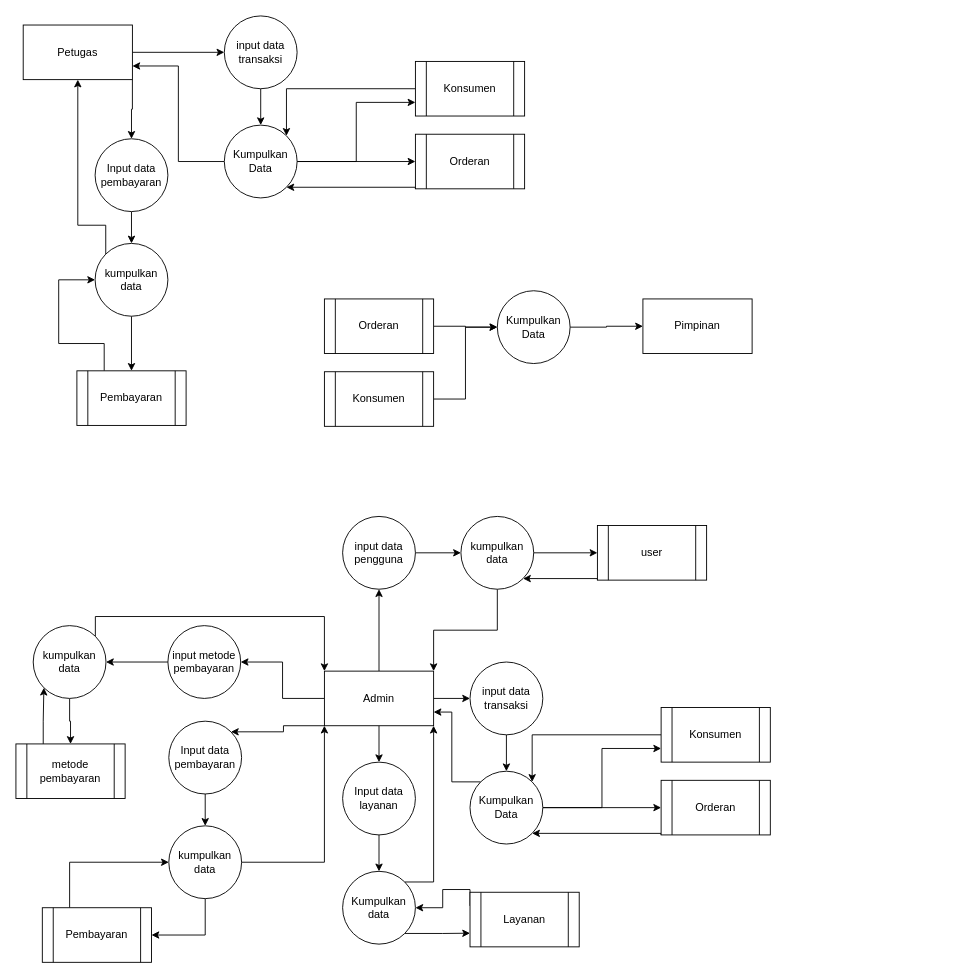
Earlier version of the draw.io diagram public/Erd,Dfd,Flowchart/Laundry DFD.drawio (Satyanr/laundry_app). Source tidied: cells renumbered, new cells numbered last; positions are measured from the earlier drawing's top-left corner, leaving out a move shared by most shapes. Both pictures are drawn from the tidied source at 91%, with x=0, y=0 at pixel (15, 15).
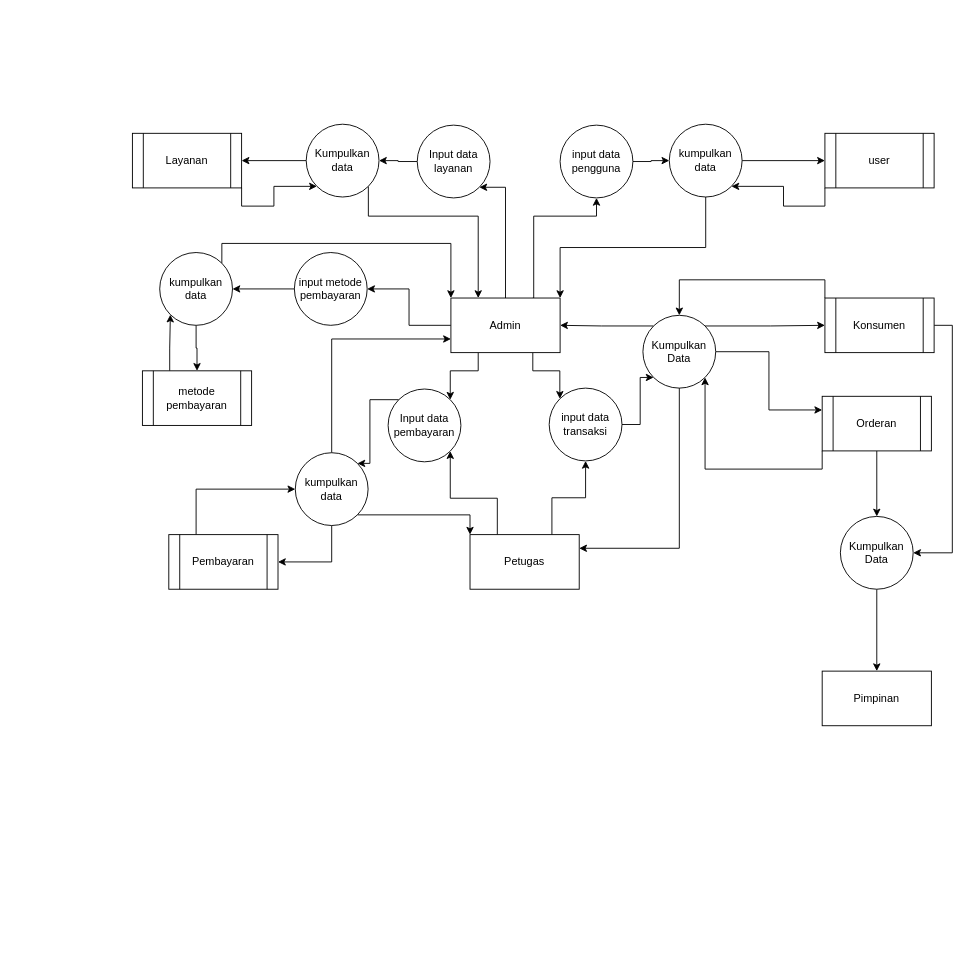
The same page after the edit.

Change to the diagram source:
```diff
@@
-    <mxCell id="2" style="edgeStyle=orthogonalEdgeStyle;rounded=0;jettySize=auto;html=1;exitX=1;exitY=0.5;exitDx=0;exitDy=0;entryX=0;entryY=0.5;entryDx=0;entryDy=0;" parent="1" edge="1" source="4" target="6">
-      <mxGeometry relative="1" as="geometry" />
-    </mxCell>
-    <mxCell id="3" style="edgeStyle=orthogonalEdgeStyle;rounded=0;jettySize=auto;html=1;exitX=1;exitY=1;exitDx=0;exitDy=0;entryX=0.5;entryY=0;entryDx=0;entryDy=0;" parent="1" edge="1" source="4" target="14">
-      <mxGeometry relative="1" as="geometry" />
-    </mxCell>
-    <mxCell id="4" value="Petugas" style="rounded=0;whiteSpace=wrap;html=1;" parent="1" vertex="1">
-      <mxGeometry x="8" y="10" width="120" height="60" as="geometry" />
-    </mxCell>
-    <mxCell id="5" style="edgeStyle=orthogonalEdgeStyle;rounded=0;jettySize=auto;html=1;exitX=0.5;exitY=1;exitDx=0;exitDy=0;entryX=0.5;entryY=0;entryDx=0;entryDy=0;" parent="1" edge="1" source="6" target="12">
-      <mxGeometry relative="1" as="geometry" />
-    </mxCell>
-    <mxCell id="6" value="input data transaksi" style="ellipse;whiteSpace=wrap;html=1;" parent="1" vertex="1">
-      <mxGeometry x="229" width="80" height="80" as="geometry" />
-    </mxCell>
-    <mxCell id="7" style="edgeStyle=orthogonalEdgeStyle;rounded=0;jettySize=auto;html=1;exitX=0;exitY=1;exitDx=0;exitDy=0;entryX=1;entryY=1;entryDx=0;entryDy=0;" parent="1" edge="1" source="8" target="12">
-      <mxGeometry relative="1" as="geometry">
-        <Array as="points">
-          <mxPoint x="439" y="188" />
-        </Array>
-      </mxGeometry>
-    </mxCell>
-    <mxCell id="8" value="Orderan" style="shape=process;whiteSpace=wrap;html=1;backgroundOutline=1;" parent="1" vertex="1">
-      <mxGeometry x="439" y="130" width="120" height="60" as="geometry" />
-    </mxCell>
-    <mxCell id="9" style="edgeStyle=orthogonalEdgeStyle;rounded=0;jettySize=auto;html=1;exitX=1;exitY=0.5;exitDx=0;exitDy=0;entryX=0;entryY=0.5;entryDx=0;entryDy=0;" parent="1" edge="1" source="12" target="8">
-      <mxGeometry relative="1" as="geometry" />
-    </mxCell>
-    <mxCell id="10" style="edgeStyle=orthogonalEdgeStyle;rounded=0;jettySize=auto;html=1;exitX=0;exitY=0.5;exitDx=0;exitDy=0;entryX=1;entryY=0.75;entryDx=0;entryDy=0;" parent="1" edge="1" source="12" target="4">
-      <mxGeometry relative="1" as="geometry" />
-    </mxCell>
-    <mxCell id="11" style="edgeStyle=orthogonalEdgeStyle;rounded=0;jettySize=auto;html=1;exitX=1;exitY=0.5;exitDx=0;exitDy=0;entryX=0;entryY=0.75;entryDx=0;entryDy=0;" parent="1" edge="1" source="12" target="21">
-      <mxGeometry relative="1" as="geometry" />
-    </mxCell>
-    <mxCell id="12" value="Kumpulkan Data" style="ellipse;whiteSpace=wrap;html=1;" parent="1" vertex="1">
-      <mxGeometry x="229" y="120" width="80" height="80" as="geometry" />
-    </mxCell>
-    <mxCell id="13" style="edgeStyle=orthogonalEdgeStyle;rounded=0;jettySize=auto;html=1;exitX=0.5;exitY=1;exitDx=0;exitDy=0;entryX=0.5;entryY=0;entryDx=0;entryDy=0;" parent="1" edge="1" source="14" target="17">
-      <mxGeometry relative="1" as="geometry" />
-    </mxCell>
-    <mxCell id="14" value="Input data pembayaran" style="ellipse;whiteSpace=wrap;html=1;" parent="1" vertex="1">
-      <mxGeometry x="87" y="135" width="80" height="80" as="geometry" />
-    </mxCell>
-    <mxCell id="15" style="edgeStyle=orthogonalEdgeStyle;rounded=0;jettySize=auto;html=1;exitX=0.5;exitY=1;exitDx=0;exitDy=0;entryX=0.5;entryY=0;entryDx=0;entryDy=0;" parent="1" edge="1" source="17" target="19">
-      <mxGeometry relative="1" as="geometry" />
-    </mxCell>
-    <mxCell id="16" style="edgeStyle=orthogonalEdgeStyle;rounded=0;jettySize=auto;html=1;exitX=0;exitY=0;exitDx=0;exitDy=0;entryX=0.5;entryY=1;entryDx=0;entryDy=0;" parent="1" edge="1" source="17" target="4">
-      <mxGeometry relative="1" as="geometry">
-        <Array as="points">
-          <mxPoint x="99" y="230" />
-          <mxPoint x="68" y="230" />
-        </Array>
-      </mxGeometry>
-    </mxCell>
-    <mxCell id="17" value="kumpulkan&lt;div&gt;data&lt;/div&gt;" style="ellipse;whiteSpace=wrap;html=1;" parent="1" vertex="1">
-      <mxGeometry x="87" y="250" width="80" height="80" as="geometry" />
-    </mxCell>
-    <mxCell id="18" style="edgeStyle=orthogonalEdgeStyle;rounded=0;jettySize=auto;html=1;exitX=0.25;exitY=0;exitDx=0;exitDy=0;entryX=0;entryY=0.5;entryDx=0;entryDy=0;" parent="1" edge="1" source="19" target="17">
-      <mxGeometry relative="1" as="geometry" />
-    </mxCell>
-    <mxCell id="19" value="Pembayaran" style="shape=process;whiteSpace=wrap;html=1;backgroundOutline=1;" parent="1" vertex="1">
-      <mxGeometry x="67" y="390" width="120" height="60" as="geometry" />
-    </mxCell>
-    <mxCell id="20" style="edgeStyle=orthogonalEdgeStyle;rounded=0;jettySize=auto;html=1;exitX=0;exitY=0.5;exitDx=0;exitDy=0;entryX=1;entryY=0;entryDx=0;entryDy=0;" parent="1" edge="1" source="21" target="12">
-      <mxGeometry relative="1" as="geometry" />
-    </mxCell>
-    <mxCell id="21" value="Konsumen" style="shape=process;whiteSpace=wrap;html=1;backgroundOutline=1;" parent="1" vertex="1">
-      <mxGeometry x="439" y="50" width="120" height="60" as="geometry" />
-    </mxCell>
-    <mxCell id="22" value="Pimpinan" style="rounded=0;whiteSpace=wrap;html=1;" parent="1" vertex="1">
-      <mxGeometry x="689" y="311" width="120" height="60" as="geometry" />
-    </mxCell>
-    <mxCell id="23" style="edgeStyle=orthogonalEdgeStyle;rounded=0;jettySize=auto;html=1;exitX=1;exitY=0.5;exitDx=0;exitDy=0;entryX=0;entryY=0.5;entryDx=0;entryDy=0;" parent="1" edge="1" source="24" target="26">
-      <mxGeometry relative="1" as="geometry" />
-    </mxCell>
-    <mxCell id="24" value="Orderan" style="shape=process;whiteSpace=wrap;html=1;backgroundOutline=1;" parent="1" vertex="1">
-      <mxGeometry x="339" y="311" width="120" height="60" as="geometry" />
-    </mxCell>
-    <mxCell id="25" style="edgeStyle=orthogonalEdgeStyle;rounded=0;jettySize=auto;html=1;exitX=1;exitY=0.5;exitDx=0;exitDy=0;entryX=0;entryY=0.5;entryDx=0;entryDy=0;" parent="1" edge="1" source="26" target="22">
-      <mxGeometry relative="1" as="geometry" />
-    </mxCell>
-    <mxCell id="26" value="Kumpulkan Data" style="ellipse;whiteSpace=wrap;html=1;" parent="1" vertex="1">
-      <mxGeometry x="529" y="302" width="80" height="80" as="geometry" />
-    </mxCell>
-    <mxCell id="27" style="edgeStyle=orthogonalEdgeStyle;rounded=0;jettySize=auto;html=1;exitX=1;exitY=0.5;exitDx=0;exitDy=0;entryX=0;entryY=0.5;entryDx=0;entryDy=0;" parent="1" edge="1" source="28" target="26">
-      <mxGeometry relative="1" as="geometry" />
-    </mxCell>
-    <mxCell id="28" value="Konsumen" style="shape=process;whiteSpace=wrap;html=1;backgroundOutline=1;" parent="1" vertex="1">
-      <mxGeometry x="339" y="391" width="120" height="60" as="geometry" />
-    </mxCell>
-    <mxCell id="29" style="edgeStyle=orthogonalEdgeStyle;rounded=0;jettySize=auto;html=1;exitX=1;exitY=0.5;exitDx=0;exitDy=0;entryX=0;entryY=0.5;entryDx=0;entryDy=0;" parent="1" edge="1" source="34" target="36">
-      <mxGeometry relative="1" as="geometry" />
-    </mxCell>
-    <mxCell id="30" style="edgeStyle=orthogonalEdgeStyle;rounded=0;jettySize=auto;html=1;exitX=0;exitY=1;exitDx=0;exitDy=0;entryX=1;entryY=0;entryDx=0;entryDy=0;" parent="1" edge="1" source="34" target="46">
-      <mxGeometry relative="1" as="geometry">
-        <Array as="points">
-          <mxPoint x="294" y="780" />
-          <mxPoint x="294" y="787" />
-        </Array>
-      </mxGeometry>
-    </mxCell>
-    <mxCell id="31" style="edgeStyle=orthogonalEdgeStyle;rounded=0;jettySize=auto;html=1;exitX=0.5;exitY=1;exitDx=0;exitDy=0;entryX=0.5;entryY=0;entryDx=0;entryDy=0;" parent="1" edge="1" source="34" target="53">
-      <mxGeometry relative="1" as="geometry" />
-    </mxCell>
@@
-    <mxCell id="33" style="edgeStyle=orthogonalEdgeStyle;rounded=0;jettySize=auto;html=1;exitX=0.5;exitY=0;exitDx=0;exitDy=0;entryX=0.5;entryY=1;entryDx=0;entryDy=0;" parent="1" edge="1" source="34" target="67">
-      <mxGeometry relative="1" as="geometry" />
+    <mxCell id="33" style="edgeStyle=orthogonalEdgeStyle;rounded=0;jettySize=auto;html=1;exitX=0.75;exitY=0;exitDx=0;exitDy=0;entryX=0.5;entryY=1;entryDx=0;entryDy=0;" parent="1" edge="1" source="34" target="67">
+      <mxGeometry relative="1" as="geometry">
+        <Array as="points">
+          <mxPoint x="569" y="220" />
+          <mxPoint x="638" y="220" />
+        </Array>
+      </mxGeometry>
     </mxCell>
+    <mxCell id="31" style="edgeStyle=orthogonalEdgeStyle;rounded=0;jettySize=auto;html=1;exitX=0.5;exitY=0;exitDx=0;exitDy=0;entryX=1;entryY=1;entryDx=0;entryDy=0;" parent="1" edge="1" source="34" target="53">
+      <mxGeometry relative="1" as="geometry">
+        <Array as="points">
+          <mxPoint x="538" y="188" />
+        </Array>
+      </mxGeometry>
+    </mxCell>
+    <mxCell id="30" style="edgeStyle=orthogonalEdgeStyle;rounded=0;jettySize=auto;html=1;exitX=0.25;exitY=1;exitDx=0;exitDy=0;entryX=1;entryY=0;entryDx=0;entryDy=0;" parent="1" edge="1" source="34" target="46">
+      <mxGeometry relative="1" as="geometry" />
+    </mxCell>
+    <mxCell id="29" style="edgeStyle=orthogonalEdgeStyle;rounded=0;jettySize=auto;html=1;exitX=0.75;exitY=1;exitDx=0;exitDy=0;entryX=0;entryY=0;entryDx=0;entryDy=0;" parent="1" edge="1" source="34" target="36">
+      <mxGeometry relative="1" as="geometry" />
+    </mxCell>
     <mxCell id="34" value="Admin" style="rounded=0;whiteSpace=wrap;html=1;" parent="1" vertex="1">
-      <mxGeometry x="339" y="720" width="120" height="60" as="geometry" />
+      <mxGeometry x="478" y="310" width="120" height="60" as="geometry" />
     </mxCell>
-    <mxCell id="35" style="edgeStyle=orthogonalEdgeStyle;rounded=0;jettySize=auto;html=1;exitX=0.5;exitY=1;exitDx=0;exitDy=0;entryX=0.5;entryY=0;entryDx=0;entryDy=0;" parent="1" edge="1" source="36" target="42">
+    <mxCell id="35" style="edgeStyle=orthogonalEdgeStyle;rounded=0;jettySize=auto;html=1;exitX=1;exitY=0.5;exitDx=0;exitDy=0;entryX=0;entryY=1;entryDx=0;entryDy=0;" parent="1" edge="1" source="36" target="42">
       <mxGeometry relative="1" as="geometry" />
     </mxCell>
     <mxCell id="36" value="input data transaksi" style="ellipse;whiteSpace=wrap;html=1;" parent="1" vertex="1">
-      <mxGeometry x="499" y="710" width="80" height="80" as="geometry" />
+      <mxGeometry x="586" y="409" width="80" height="80" as="geometry" />
     </mxCell>
     <mxCell id="37" style="edgeStyle=orthogonalEdgeStyle;rounded=0;jettySize=auto;html=1;exitX=0;exitY=1;exitDx=0;exitDy=0;entryX=1;entryY=1;entryDx=0;entryDy=0;" parent="1" edge="1" source="38" target="42">
-      <mxGeometry relative="1" as="geometry">
-        <Array as="points">
-          <mxPoint x="709" y="898" />
-        </Array>
-      </mxGeometry>
+      <mxGeometry relative="1" as="geometry" />
     </mxCell>
+    <mxCell id="73" style="edgeStyle=orthogonalEdgeStyle;rounded=0;jettySize=auto;html=1;exitX=0.5;exitY=1;exitDx=0;exitDy=0;entryX=0.5;entryY=0;entryDx=0;entryDy=0;" parent="1" edge="1" source="38" target="80">
+      <mxGeometry relative="1" as="geometry" />
+    </mxCell>
     <mxCell id="38" value="Orderan" style="shape=process;whiteSpace=wrap;html=1;backgroundOutline=1;" parent="1" vertex="1">
-      <mxGeometry x="709" y="840" width="120" height="60" as="geometry" />
+      <mxGeometry x="886" y="418" width="120" height="60" as="geometry" />
     </mxCell>
+    <mxCell id="41" style="edgeStyle=orthogonalEdgeStyle;rounded=0;jettySize=auto;html=1;exitX=0;exitY=0;exitDx=0;exitDy=0;entryX=1;entryY=0.5;entryDx=0;entryDy=0;" parent="1" edge="1" source="42" target="34">
+      <mxGeometry relative="1" as="geometry" />
+    </mxCell>
+    <mxCell id="40" style="edgeStyle=orthogonalEdgeStyle;rounded=0;jettySize=auto;html=1;exitX=1;exitY=0;exitDx=0;exitDy=0;entryX=0;entryY=0.5;entryDx=0;entryDy=0;" parent="1" edge="1" source="42" target="44">
+      <mxGeometry relative="1" as="geometry" />
+    </mxCell>
-    <mxCell id="39" style="edgeStyle=orthogonalEdgeStyle;rounded=0;jettySize=auto;html=1;exitX=1;exitY=0.5;exitDx=0;exitDy=0;entryX=0;entryY=0.5;entryDx=0;entryDy=0;" parent="1" edge="1" source="42" target="38">
+    <mxCell id="39" style="edgeStyle=orthogonalEdgeStyle;rounded=0;jettySize=auto;html=1;exitX=1;exitY=0.5;exitDx=0;exitDy=0;entryX=0;entryY=0.25;entryDx=0;entryDy=0;" parent="1" edge="1" source="42" target="38">
       <mxGeometry relative="1" as="geometry" />
     </mxCell>
-    <mxCell id="40" style="edgeStyle=orthogonalEdgeStyle;rounded=0;jettySize=auto;html=1;exitX=1;exitY=0.5;exitDx=0;exitDy=0;entryX=0;entryY=0.75;entryDx=0;entryDy=0;" parent="1" edge="1" source="42" target="44">
-      <mxGeometry relative="1" as="geometry" />
-    </mxCell>
-    <mxCell id="41" style="edgeStyle=orthogonalEdgeStyle;rounded=0;jettySize=auto;html=1;exitX=0;exitY=0;exitDx=0;exitDy=0;entryX=1;entryY=0.75;entryDx=0;entryDy=0;" parent="1" edge="1" source="42" target="34">
-      <mxGeometry relative="1" as="geometry" />
-    </mxCell>
+    <mxCell id="74" style="edgeStyle=orthogonalEdgeStyle;rounded=0;jettySize=auto;html=1;exitX=0.5;exitY=1;exitDx=0;exitDy=0;entryX=1;entryY=0.25;entryDx=0;entryDy=0;" parent="1" edge="1" source="42" target="4">
+      <mxGeometry relative="1" as="geometry" />
+    </mxCell>
     <mxCell id="42" value="Kumpulkan Data" style="ellipse;whiteSpace=wrap;html=1;" parent="1" vertex="1">
-      <mxGeometry x="499" y="830" width="80" height="80" as="geometry" />
+      <mxGeometry x="689" y="329" width="80" height="80" as="geometry" />
     </mxCell>
-    <mxCell id="43" style="edgeStyle=orthogonalEdgeStyle;rounded=0;jettySize=auto;html=1;exitX=0;exitY=0.5;exitDx=0;exitDy=0;entryX=1;entryY=0;entryDx=0;entryDy=0;" parent="1" edge="1" source="44" target="42">
+    <mxCell id="43" style="edgeStyle=orthogonalEdgeStyle;rounded=0;jettySize=auto;html=1;exitX=0;exitY=0;exitDx=0;exitDy=0;entryX=0.5;entryY=0;entryDx=0;entryDy=0;" parent="1" edge="1" source="44" target="42">
       <mxGeometry relative="1" as="geometry" />
     </mxCell>
+    <mxCell id="75" style="edgeStyle=orthogonalEdgeStyle;rounded=0;jettySize=auto;html=1;exitX=1;exitY=0.5;exitDx=0;exitDy=0;entryX=1;entryY=0.5;entryDx=0;entryDy=0;" parent="1" edge="1" source="44" target="80">
+      <mxGeometry relative="1" as="geometry" />
+    </mxCell>
     <mxCell id="44" value="Konsumen" style="shape=process;whiteSpace=wrap;html=1;backgroundOutline=1;" parent="1" vertex="1">
-      <mxGeometry x="709" y="760" width="120" height="60" as="geometry" />
+      <mxGeometry x="889" y="310" width="120" height="60" as="geometry" />
     </mxCell>
-    <mxCell id="45" style="edgeStyle=orthogonalEdgeStyle;rounded=0;jettySize=auto;html=1;exitX=0.5;exitY=1;exitDx=0;exitDy=0;entryX=0.5;entryY=0;entryDx=0;entryDy=0;" parent="1" edge="1" source="46" target="49">
+    <mxCell id="45" style="edgeStyle=orthogonalEdgeStyle;rounded=0;jettySize=auto;html=1;exitX=0;exitY=0;exitDx=0;exitDy=0;entryX=1;entryY=0;entryDx=0;entryDy=0;" parent="1" edge="1" source="46" target="49">
       <mxGeometry relative="1" as="geometry" />
     </mxCell>
     <mxCell id="46" value="Input data pembayaran" style="ellipse;whiteSpace=wrap;html=1;" parent="1" vertex="1">
-      <mxGeometry x="168" y="775" width="80" height="80" as="geometry" />
+      <mxGeometry x="409" y="410" width="80" height="80" as="geometry" />
     </mxCell>
+    <mxCell id="48" style="edgeStyle=orthogonalEdgeStyle;rounded=0;jettySize=auto;html=1;exitX=0.5;exitY=1;exitDx=0;exitDy=0;entryX=1;entryY=0.5;entryDx=0;entryDy=0;" parent="1" edge="1" source="49" target="51">
+      <mxGeometry relative="1" as="geometry" />
+    </mxCell>
-    <mxCell id="47" style="edgeStyle=orthogonalEdgeStyle;rounded=0;jettySize=auto;html=1;exitX=1;exitY=0.5;exitDx=0;exitDy=0;entryX=0;entryY=1;entryDx=0;entryDy=0;" parent="1" edge="1" source="49" target="34">
+    <mxCell id="47" style="edgeStyle=orthogonalEdgeStyle;rounded=0;jettySize=auto;html=1;exitX=0.5;exitY=0;exitDx=0;exitDy=0;entryX=0;entryY=0.75;entryDx=0;entryDy=0;" parent="1" edge="1" source="49" target="34">
       <mxGeometry relative="1" as="geometry" />
     </mxCell>
-    <mxCell id="48" style="edgeStyle=orthogonalEdgeStyle;rounded=0;jettySize=auto;html=1;exitX=0.5;exitY=1;exitDx=0;exitDy=0;entryX=1;entryY=0.5;entryDx=0;entryDy=0;" parent="1" edge="1" source="49" target="51">
-      <mxGeometry relative="1" as="geometry" />
-    </mxCell>
+    <mxCell id="76" style="edgeStyle=orthogonalEdgeStyle;rounded=0;jettySize=auto;html=1;exitX=1;exitY=1;exitDx=0;exitDy=0;entryX=0;entryY=0;entryDx=0;entryDy=0;" parent="1" edge="1" source="49" target="4">
+      <mxGeometry relative="1" as="geometry" />
+    </mxCell>
     <mxCell id="49" value="kumpulkan&lt;div&gt;data&lt;/div&gt;" style="ellipse;whiteSpace=wrap;html=1;" parent="1" vertex="1">
-      <mxGeometry x="168" y="890" width="80" height="80" as="geometry" />
+      <mxGeometry x="307" y="480" width="80" height="80" as="geometry" />
     </mxCell>
@@
     <mxCell id="51" value="Pembayaran" style="shape=process;whiteSpace=wrap;html=1;backgroundOutline=1;" parent="1" vertex="1">
-      <mxGeometry x="29" y="980" width="120" height="60" as="geometry" />
+      <mxGeometry x="168" y="570" width="120" height="60" as="geometry" />
     </mxCell>
-    <mxCell id="52" style="edgeStyle=orthogonalEdgeStyle;rounded=0;jettySize=auto;html=1;exitX=0.5;exitY=1;exitDx=0;exitDy=0;entryX=0.5;entryY=0;entryDx=0;entryDy=0;" parent="1" edge="1" source="53" target="56">
+    <mxCell id="52" style="edgeStyle=orthogonalEdgeStyle;rounded=0;jettySize=auto;html=1;exitX=0;exitY=0.5;exitDx=0;exitDy=0;entryX=1;entryY=0.5;entryDx=0;entryDy=0;" parent="1" edge="1" source="53" target="56">
       <mxGeometry relative="1" as="geometry" />
     </mxCell>
     <mxCell id="53" value="Input data layanan" style="ellipse;whiteSpace=wrap;html=1;" parent="1" vertex="1">
-      <mxGeometry x="359" y="820" width="80" height="80" as="geometry" />
+      <mxGeometry x="441" y="120" width="80" height="80" as="geometry" />
     </mxCell>
-    <mxCell id="54" style="edgeStyle=orthogonalEdgeStyle;rounded=0;jettySize=auto;html=1;exitX=1;exitY=1;exitDx=0;exitDy=0;entryX=0;entryY=0.75;entryDx=0;entryDy=0;" parent="1" edge="1" source="56" target="58">
+    <mxCell id="54" style="edgeStyle=orthogonalEdgeStyle;rounded=0;jettySize=auto;html=1;exitX=0;exitY=0.5;exitDx=0;exitDy=0;entryX=1;entryY=0.5;entryDx=0;entryDy=0;" parent="1" edge="1" source="56" target="58">
       <mxGeometry relative="1" as="geometry" />
     </mxCell>
-    <mxCell id="55" style="edgeStyle=orthogonalEdgeStyle;rounded=0;jettySize=auto;html=1;exitX=1;exitY=0;exitDx=0;exitDy=0;entryX=1;entryY=1;entryDx=0;entryDy=0;" parent="1" edge="1" source="56" target="34">
+    <mxCell id="55" style="edgeStyle=orthogonalEdgeStyle;rounded=0;jettySize=auto;html=1;exitX=1;exitY=1;exitDx=0;exitDy=0;entryX=0.25;entryY=0;entryDx=0;entryDy=0;" parent="1" edge="1" source="56" target="34">
       <mxGeometry relative="1" as="geometry">
         <Array as="points">
-          <mxPoint x="459" y="952" />
+          <mxPoint x="387" y="220" />
+          <mxPoint x="508" y="220" />
         </Array>
       </mxGeometry>
     </mxCell>
     <mxCell id="56" value="Kumpulkan data" style="ellipse;whiteSpace=wrap;html=1;" parent="1" vertex="1">
-      <mxGeometry x="359" y="940" width="80" height="80" as="geometry" />
+      <mxGeometry x="319" y="119" width="80" height="80" as="geometry" />
     </mxCell>
-    <mxCell id="57" style="edgeStyle=orthogonalEdgeStyle;rounded=0;jettySize=auto;html=1;exitX=0;exitY=0.25;exitDx=0;exitDy=0;entryX=1;entryY=0.5;entryDx=0;entryDy=0;" parent="1" edge="1" source="58" target="56">
-      <mxGeometry relative="1" as="geometry">
-        <Array as="points">
-          <mxPoint x="499" y="960" />
-          <mxPoint x="469" y="960" />
-          <mxPoint x="469" y="980" />
-        </Array>
-      </mxGeometry>
+    <mxCell id="57" style="edgeStyle=orthogonalEdgeStyle;rounded=0;jettySize=auto;html=1;exitX=1;exitY=1;exitDx=0;exitDy=0;entryX=0;entryY=1;entryDx=0;entryDy=0;" parent="1" edge="1" source="58" target="56">
+      <mxGeometry relative="1" as="geometry" />
     </mxCell>
     <mxCell id="58" value="Layanan" style="shape=process;whiteSpace=wrap;html=1;backgroundOutline=1;" parent="1" vertex="1">
-      <mxGeometry x="499" y="963" width="120" height="60" as="geometry" />
+      <mxGeometry x="128" y="129" width="120" height="60" as="geometry" />
     </mxCell>
@@
     <mxCell id="60" value="input metode pembayaran" style="ellipse;whiteSpace=wrap;html=1;" parent="1" vertex="1">
-      <mxGeometry x="167" y="670" width="80" height="80" as="geometry" />
+      <mxGeometry x="306" y="260" width="80" height="80" as="geometry" />
     </mxCell>
@@
     <mxCell id="62" style="edgeStyle=orthogonalEdgeStyle;rounded=0;jettySize=auto;html=1;exitX=1;exitY=0;exitDx=0;exitDy=0;entryX=0;entryY=0;entryDx=0;entryDy=0;" parent="1" edge="1" source="63" target="34">
       <mxGeometry relative="1" as="geometry">
         <Array as="points">
-          <mxPoint x="87" y="660" />
-          <mxPoint x="339" y="660" />
+          <mxPoint x="226" y="250" />
+          <mxPoint x="478" y="250" />
         </Array>
       </mxGeometry>
     </mxCell>
     <mxCell id="63" value="kumpulkan data" style="ellipse;whiteSpace=wrap;html=1;" parent="1" vertex="1">
-      <mxGeometry x="19" y="670" width="80" height="80" as="geometry" />
+      <mxGeometry x="158" y="260" width="80" height="80" as="geometry" />
     </mxCell>
@@
     <mxCell id="65" value="metode pembayaran" style="shape=process;whiteSpace=wrap;html=1;backgroundOutline=1;" parent="1" vertex="1">
-      <mxGeometry y="800" width="120" height="60" as="geometry" />
+      <mxGeometry x="139" y="390" width="120" height="60" as="geometry" />
     </mxCell>
@@
     <mxCell id="67" value="input data pengguna" style="ellipse;whiteSpace=wrap;html=1;" parent="1" vertex="1">
-      <mxGeometry x="359" y="550" width="80" height="80" as="geometry" />
+      <mxGeometry x="598" y="120" width="80" height="80" as="geometry" />
     </mxCell>
@@
     <mxCell id="70" value="kumpulkan data" style="ellipse;whiteSpace=wrap;html=1;" parent="1" vertex="1">
-      <mxGeometry x="489" y="550" width="80" height="80" as="geometry" />
+      <mxGeometry x="718" y="119" width="80" height="80" as="geometry" />
     </mxCell>
     <mxCell id="71" style="edgeStyle=orthogonalEdgeStyle;rounded=0;jettySize=auto;html=1;exitX=0;exitY=1;exitDx=0;exitDy=0;entryX=1;entryY=1;entryDx=0;entryDy=0;" parent="1" edge="1" source="72" target="70">
-      <mxGeometry relative="1" as="geometry">
-        <Array as="points">
-          <mxPoint x="639" y="618" />
-        </Array>
-      </mxGeometry>
+      <mxGeometry relative="1" as="geometry" />
     </mxCell>
     <mxCell id="72" value="user" style="shape=process;whiteSpace=wrap;html=1;backgroundOutline=1;" parent="1" vertex="1">
-      <mxGeometry x="639" y="560" width="120" height="60" as="geometry" />
+      <mxGeometry x="889" y="129" width="120" height="60" as="geometry" />
     </mxCell>
+    <mxCell id="77" style="edgeStyle=orthogonalEdgeStyle;rounded=0;jettySize=auto;html=1;exitX=0.25;exitY=0;exitDx=0;exitDy=0;entryX=1;entryY=1;entryDx=0;entryDy=0;" parent="1" edge="1" source="4" target="46">
+      <mxGeometry relative="1" as="geometry" />
+    </mxCell>
+    <mxCell id="78" style="edgeStyle=orthogonalEdgeStyle;rounded=0;jettySize=auto;html=1;exitX=0.75;exitY=0;exitDx=0;exitDy=0;entryX=0.5;entryY=1;entryDx=0;entryDy=0;" parent="1" edge="1" source="4" target="36">
+      <mxGeometry relative="1" as="geometry" />
+    </mxCell>
+    <mxCell id="4" value="Petugas" style="rounded=0;whiteSpace=wrap;html=1;" parent="1" vertex="1">
+      <mxGeometry x="499" y="570" width="120" height="60" as="geometry" />
+    </mxCell>
+    <mxCell id="22" value="Pimpinan" style="rounded=0;whiteSpace=wrap;html=1;" parent="1" vertex="1">
+      <mxGeometry x="886" y="720" width="120" height="60" as="geometry" />
+    </mxCell>
+    <mxCell id="79" style="edgeStyle=orthogonalEdgeStyle;rounded=0;jettySize=auto;html=1;exitX=0.5;exitY=1;exitDx=0;exitDy=0;entryX=0.5;entryY=0;entryDx=0;entryDy=0;" parent="1" edge="1" source="80" target="22">
+      <mxGeometry relative="1" as="geometry" />
+    </mxCell>
+    <mxCell id="80" value="Kumpulkan Data" style="ellipse;whiteSpace=wrap;html=1;" parent="1" vertex="1">
+      <mxGeometry x="906" y="550" width="80" height="80" as="geometry" />
+    </mxCell>
```
